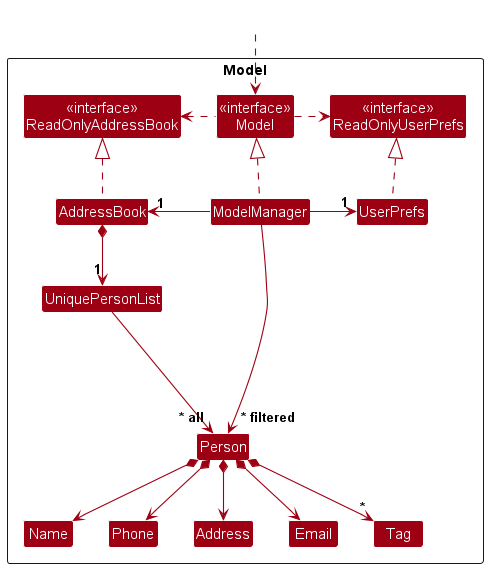
The PlantUML diagram docs/images/ModelClassDiagram.png in nus-cs2103-AY2324S2/tp, before a commit.
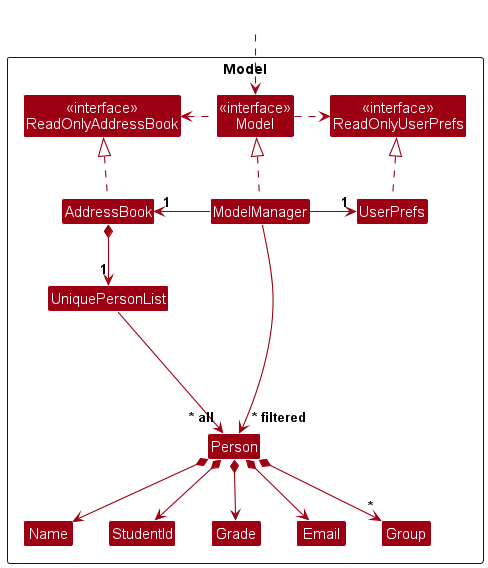
The same file after the commit.

Diff of the diagram source:
```diff
@@ -14,11 +14,11 @@
 
 Class UniquePersonList
 Class Person
-Class Address
 Class Email
+Class Grade
+Class Group
 Class Name
-Class Phone
-Class Tag
+Class StudentId
 
 Class I #FFFFFF
 }
@@ -38,17 +38,17 @@
 AddressBook *--> "1" UniquePersonList
 UniquePersonList --> "~* all" Person
 Person *--> Name
-Person *--> Phone
+Person *--> StudentId
 Person *--> Email
-Person *--> Address
-Person *--> "*" Tag
+Person *--> Grade
+Person *--> "*" Group
 
 Person -[hidden]up--> I
 UniquePersonList -[hidden]right-> I
 
-Name -[hidden]right-> Phone
-Phone -[hidden]right-> Address
-Address -[hidden]right-> Email
+Name -[hidden]right-> StudentId
+StudentId -[hidden]right-> Grade
+Grade -[hidden]right-> Email
 
 ModelManager --> "~* filtered" Person
 @enduml
```
